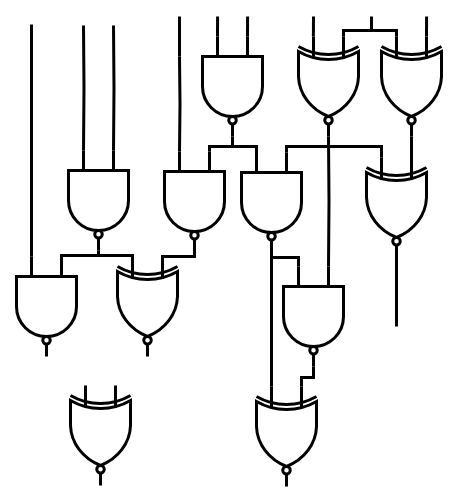
Above: mffc.drawio in kxzhu0505/LogicSynOpt (draw.io), before the change. Source tidied: cells renumbered, new cells numbered last; positions are measured from the earlier drawing's top-left corner, leaving out a move shared by most shapes. Both pictures are drawn from the tidied source at 100%, with x=0, y=0 at pixel (16, 16).
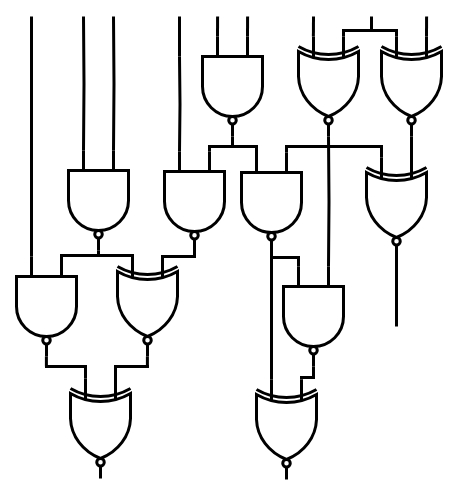
After the change.

Unchanged cells that the change refers to:
```xml
<mxCell id="3" style="verticalLabelPosition=bottom;shadow=0;dashed=0;align=center;html=1;verticalAlign=top;shape=mxgraph.electrical.logic_gates.logic_gate;operation=and;negating=1;negSize=0.15;strokeWidth=3;direction=south;" parent="1" vertex="1">
  <mxGeometry y="240" width="60" height="100" as="geometry" />
</mxCell>
<mxCell id="4" style="verticalLabelPosition=bottom;shadow=0;dashed=0;align=center;html=1;verticalAlign=top;shape=mxgraph.electrical.logic_gates.logic_gate;operation=and;negating=1;negSize=0.15;strokeWidth=3;direction=south;" parent="1" vertex="1">
  <mxGeometry x="52" y="134" width="60" height="100" as="geometry" />
</mxCell>
```

The edit, as a diff of the source:
```diff
@@
     <mxCell id="6" style="verticalLabelPosition=bottom;shadow=0;dashed=0;align=center;html=1;verticalAlign=top;shape=mxgraph.electrical.logic_gates.logic_gate;operation=xor;negating=1;negSize=0.15;strokeWidth=3;direction=south;" parent="1" vertex="1">
-      <mxGeometry x="54" y="369" width="60" height="100" as="geometry" />
+      <mxGeometry x="54" y="362" width="60" height="100" as="geometry" />
     </mxCell>
     <mxCell id="7" style="endArrow=none;html=1;rounded=0;strokeWidth=3;entryX=0;entryY=0.75;entryDx=0;entryDy=0;entryPerimeter=0;edgeStyle=orthogonalEdgeStyle;" parent="1" edge="1" target="3">
       <mxGeometry relative="1" as="geometry">
-        <mxPoint x="15" y="8" as="sourcePoint" />
+        <mxPoint x="15" as="sourcePoint" />
         <Array as="points">
           <mxPoint x="15" y="8" />
         </Array>
       </mxGeometry>
     </mxCell>
     <mxCell id="8" style="endArrow=none;html=1;rounded=0;strokeWidth=3;entryX=0;entryY=0.75;entryDx=0;entryDy=0;entryPerimeter=0;edgeStyle=orthogonalEdgeStyle;" parent="1" edge="1" target="4">
       <mxGeometry relative="1" as="geometry">
-        <mxPoint x="67" y="9" as="sourcePoint" />
+        <mxPoint x="67" as="sourcePoint" />
       </mxGeometry>
     </mxCell>
     <mxCell id="9" style="endArrow=none;html=1;rounded=0;strokeWidth=3;entryX=0;entryY=0.25;entryDx=0;entryDy=0;entryPerimeter=0;edgeStyle=orthogonalEdgeStyle;" parent="1" edge="1" target="4">
       <mxGeometry relative="1" as="geometry">
-        <mxPoint x="97" y="9" as="sourcePoint" />
+        <mxPoint x="97" as="sourcePoint" />
       </mxGeometry>
     </mxCell>
@@
     <mxCell id="17" style="verticalLabelPosition=bottom;shadow=0;dashed=0;align=center;html=1;verticalAlign=top;shape=mxgraph.electrical.logic_gates.logic_gate;operation=xor;negating=1;negSize=0.15;strokeWidth=3;direction=south;" parent="1" vertex="1">
-      <mxGeometry x="240" y="370" width="60" height="100" as="geometry" />
+      <mxGeometry x="240" y="363" width="60" height="100" as="geometry" />
     </mxCell>
@@
+    <mxCell id="38" style="endArrow=none;html=1;rounded=0;strokeWidth=3;" parent="1" edge="1">
+      <mxGeometry relative="1" as="geometry">
+        <mxPoint x="28.5" y="350" as="sourcePoint" />
+        <mxPoint x="70" y="350" as="targetPoint" />
+      </mxGeometry>
+    </mxCell>
+    <mxCell id="39" style="endArrow=none;html=1;rounded=0;strokeWidth=3;" parent="1" edge="1">
+      <mxGeometry relative="1" as="geometry">
+        <mxPoint x="97.5" y="350" as="sourcePoint" />
+        <mxPoint x="132.5" y="350" as="targetPoint" />
+      </mxGeometry>
+    </mxCell>
+    <mxCell id="40" style="endArrow=none;html=1;rounded=0;strokeWidth=3;" parent="1" edge="1">
+      <mxGeometry relative="1" as="geometry">
+        <mxPoint x="29.9" y="340" as="sourcePoint" />
+        <mxPoint x="29.9" y="350" as="targetPoint" />
+      </mxGeometry>
+    </mxCell>
+    <mxCell id="41" style="endArrow=none;html=1;rounded=0;strokeWidth=3;" parent="1" edge="1">
+      <mxGeometry relative="1" as="geometry">
+        <mxPoint x="130.9" y="340" as="sourcePoint" />
+        <mxPoint x="130.9" y="350" as="targetPoint" />
+      </mxGeometry>
+    </mxCell>
+    <mxCell id="42" style="endArrow=none;html=1;rounded=0;strokeWidth=3;entryX=0;entryY=0.75;entryDx=0;entryDy=0;entryPerimeter=0;" parent="1" edge="1" target="6">
+      <mxGeometry relative="1" as="geometry">
+        <mxPoint x="69" y="348.5" as="sourcePoint" />
+      </mxGeometry>
+    </mxCell>
+    <mxCell id="43" style="endArrow=none;html=1;rounded=0;strokeWidth=3;entryX=0;entryY=0.75;entryDx=0;entryDy=0;entryPerimeter=0;" parent="1" edge="1">
+      <mxGeometry relative="1" as="geometry">
+        <mxPoint x="99" y="350" as="sourcePoint" />
+        <mxPoint x="99" y="363.5" as="targetPoint" />
+      </mxGeometry>
+    </mxCell>
```
